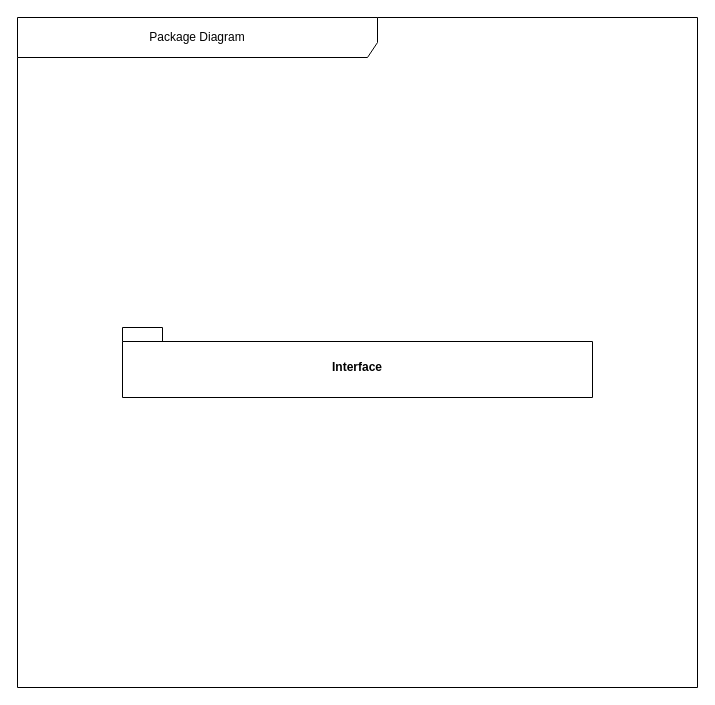
Bryann-coder/FlashShop keeps this draw.io diagram as page "paquetage" (6 of 6) of TIkShopDataBase.drawio. Above is the earlier version. Source tidied: cells renumbered, new cells numbered last; positions are measured from the earlier drawing's top-left corner, leaving out a move shared by most shapes. Both pictures are drawn from the tidied source at 100%, with x=0, y=0 at pixel (17, 17).
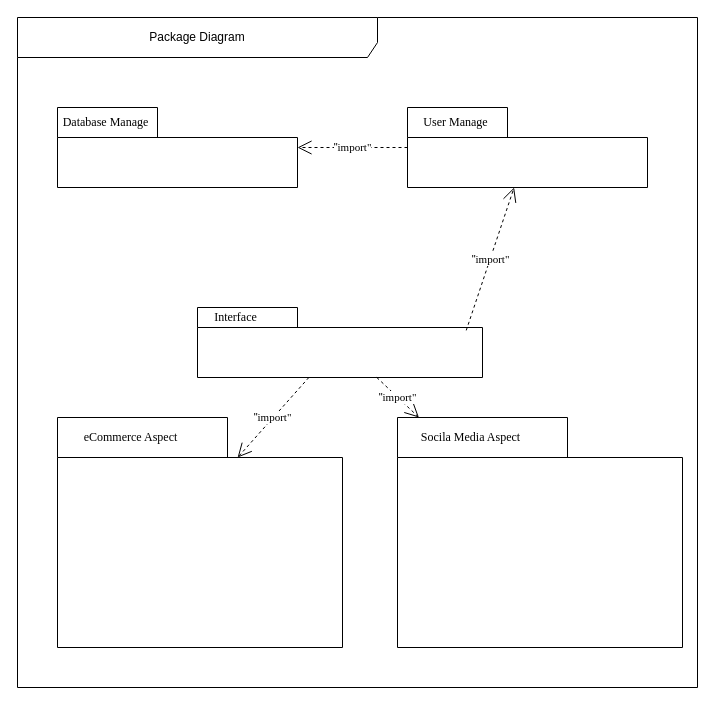
Above is the later version.

Commit message:
update paquetage diagram

What changed in the source:
```diff
@@
 <mxGraphModel>
   <root>
     <mxCell id="0" />
     <mxCell id="1" parent="0" />
     <mxCell id="2" value="Package Diagram" style="shape=umlFrame;whiteSpace=wrap;html=1;width=360;height=40;" parent="1" vertex="1">
       <mxGeometry width="680" height="670" as="geometry" />
     </mxCell>
-    <mxCell id="3" value="Interface" style="shape=folder;fontStyle=1;spacingTop=10;tabWidth=40;tabHeight=14;tabPosition=left;html=1;whiteSpace=wrap;" parent="1" vertex="1">
-      <mxGeometry x="105" y="310" width="470" height="70" as="geometry" />
+    <mxCell id="3" style="shape=folder;fontStyle=1;spacingTop=10;tabWidth=100;tabHeight=20;tabPosition=left;html=1;whiteSpace=wrap;" parent="1" vertex="1">
+      <mxGeometry x="180" y="290" width="285" height="70" as="geometry" />
     </mxCell>
+    <mxCell id="4" style="shape=folder;fontStyle=1;spacingTop=10;tabWidth=100;tabHeight=30;tabPosition=left;html=1;whiteSpace=wrap;" parent="1" vertex="1">
+      <mxGeometry x="390" y="90" width="240" height="80" as="geometry" />
+    </mxCell>
+    <mxCell id="5" value="&lt;font face=&quot;Times New Roman&quot;&gt;Interface&amp;nbsp;&lt;/font&gt;" style="text;html=1;align=center;verticalAlign=middle;whiteSpace=wrap;rounded=0;" parent="1" vertex="1">
+      <mxGeometry x="200" y="290" width="40" height="20" as="geometry" />
+    </mxCell>
+    <mxCell id="6" value="&lt;font face=&quot;Times New Roman&quot;&gt;User Manage&amp;nbsp;&lt;/font&gt;" style="text;html=1;align=center;verticalAlign=middle;whiteSpace=wrap;rounded=0;" parent="1" vertex="1">
+      <mxGeometry x="390" y="90" width="100" height="30" as="geometry" />
+    </mxCell>
+    <mxCell id="7" style="shape=folder;fontStyle=1;spacingTop=10;tabWidth=100;tabHeight=30;tabPosition=left;html=1;whiteSpace=wrap;" parent="1" vertex="1">
+      <mxGeometry x="40" y="90" width="240" height="80" as="geometry" />
+    </mxCell>
+    <mxCell id="8" value="&lt;font face=&quot;Times New Roman&quot;&gt;Database Manage&amp;nbsp;&lt;/font&gt;" style="text;html=1;align=center;verticalAlign=middle;whiteSpace=wrap;rounded=0;" parent="1" vertex="1">
+      <mxGeometry x="40" y="90" width="100" height="30" as="geometry" />
+    </mxCell>
+    <mxCell id="9" value="&quot;&lt;font face=&quot;Times New Roman&quot;&gt;import&quot;&lt;/font&gt;" style="endArrow=open;endSize=12;dashed=1;html=1;rounded=0;exitX=0.943;exitY=0.327;exitDx=0;exitDy=0;exitPerimeter=0;" parent="1" edge="1" source="3" target="4">
+      <mxGeometry relative="1" as="geometry" />
+    </mxCell>
+    <mxCell id="10" value="&quot;&lt;font face=&quot;Times New Roman&quot;&gt;import&quot;&lt;/font&gt;" style="endArrow=open;endSize=12;dashed=1;html=1;rounded=0;" parent="1" edge="1" source="4" target="7">
+      <mxGeometry relative="1" as="geometry" />
+    </mxCell>
+    <mxCell id="11" style="shape=folder;fontStyle=1;spacingTop=10;tabWidth=170;tabHeight=40;tabPosition=left;html=1;whiteSpace=wrap;" parent="1" vertex="1">
+      <mxGeometry x="40" y="400" width="285" height="230" as="geometry" />
+    </mxCell>
+    <mxCell id="12" value="&lt;font face=&quot;Times New Roman&quot;&gt;eCommerce Aspect&amp;nbsp;&lt;/font&gt;" style="text;html=1;align=center;verticalAlign=middle;whiteSpace=wrap;rounded=0;" parent="1" vertex="1">
+      <mxGeometry x="40" y="400" width="150" height="40" as="geometry" />
+    </mxCell>
+    <mxCell id="13" style="shape=folder;fontStyle=1;spacingTop=10;tabWidth=170;tabHeight=40;tabPosition=left;html=1;whiteSpace=wrap;" parent="1" vertex="1">
+      <mxGeometry x="380" y="400" width="285" height="230" as="geometry" />
+    </mxCell>
+    <mxCell id="14" value="&lt;font face=&quot;Times New Roman&quot;&gt;Socila Media Aspect&amp;nbsp;&lt;/font&gt;" style="text;html=1;align=center;verticalAlign=middle;whiteSpace=wrap;rounded=0;" parent="1" vertex="1">
+      <mxGeometry x="380" y="400" width="150" height="40" as="geometry" />
+    </mxCell>
+    <mxCell id="15" value="&quot;&lt;font face=&quot;Times New Roman&quot;&gt;import&quot;&lt;/font&gt;" style="endArrow=open;endSize=12;dashed=1;html=1;rounded=0;entryX=0.632;entryY=0.174;entryDx=0;entryDy=0;entryPerimeter=0;" parent="1" edge="1" source="3" target="11">
+      <mxGeometry relative="1" as="geometry" />
+    </mxCell>
+    <mxCell id="16" value="&quot;&lt;font face=&quot;Times New Roman&quot;&gt;import&quot;&lt;/font&gt;" style="endArrow=open;endSize=12;dashed=1;html=1;rounded=0;" parent="1" edge="1" source="3" target="13">
+      <mxGeometry relative="1" as="geometry" />
+    </mxCell>
   </root>
 </mxGraphModel>
```
